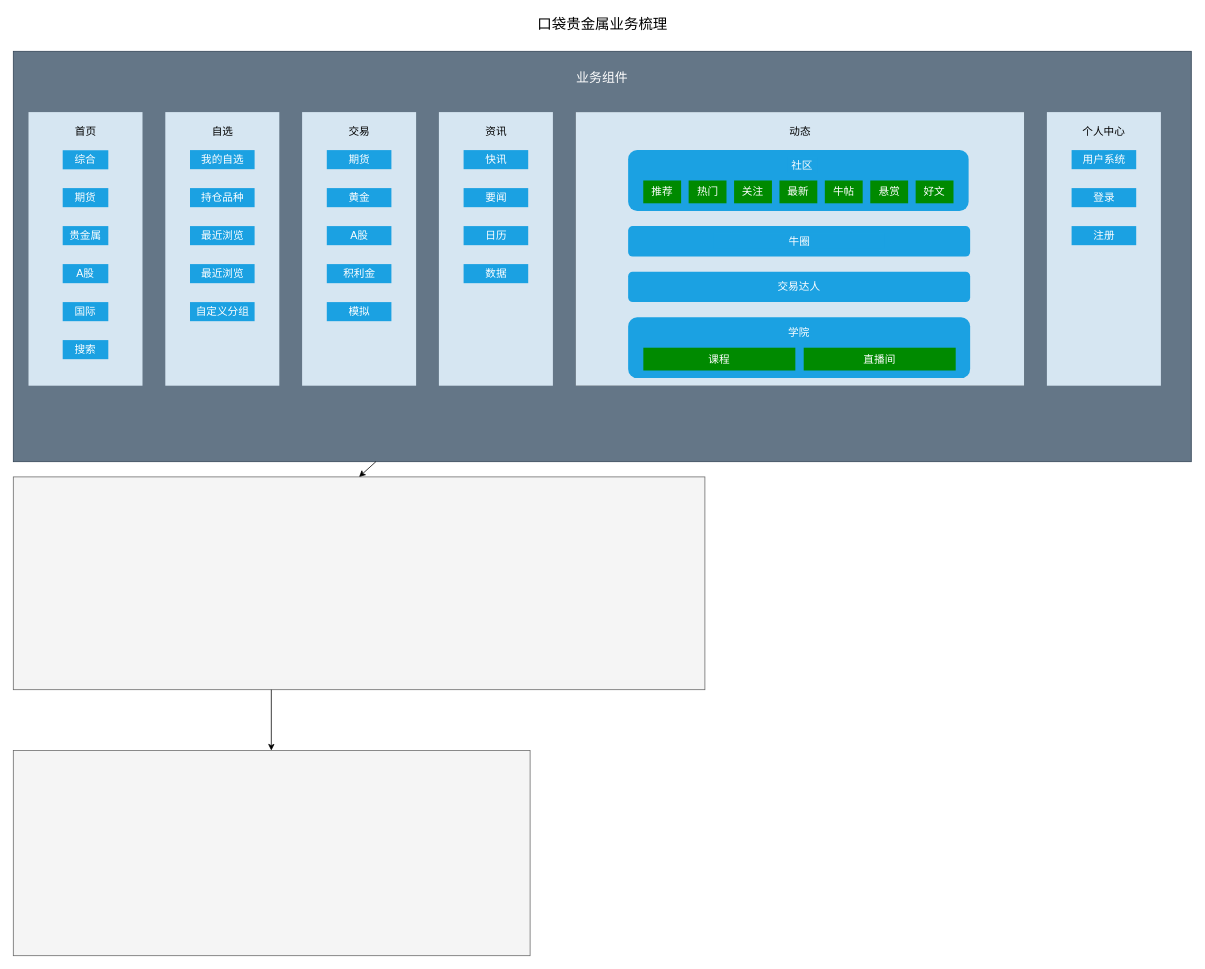
CY-0227/YC_Binary_Config keeps this draw.io diagram as 口袋贵金属业务梳理.drawio. Above is the earlier version. Source tidied: cells renumbered, new cells numbered last; positions are measured from the earlier drawing's top-left corner, leaving out a move shared by most shapes. Both pictures are drawn from the tidied source at 76%, with x=0, y=0 at pixel (13, 13).
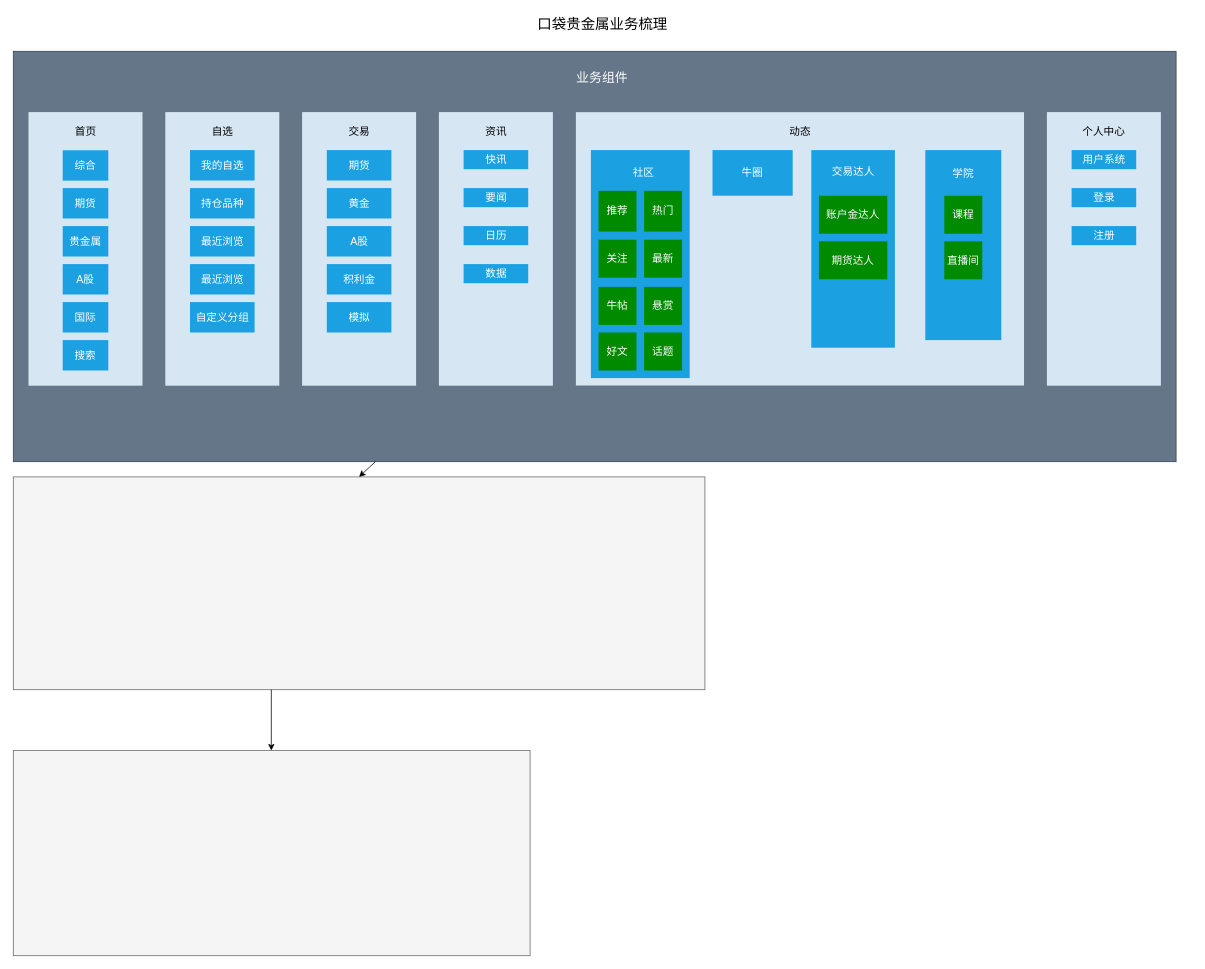
The same diagram, later.

Commit message (it also covers changes not shown here):
更新口袋贵金属业务梳理.drawio

The change refers to these unchanged cells:
```xml
<mxCell id="10" style="group;" parent="1" vertex="1">
  <mxGeometry x="20" y="130" width="150" height="360" as="geometry" />
</mxCell>
<mxCell id="19" style="group;" parent="1" vertex="1">
  <mxGeometry x="200" y="130" width="150" height="360" as="geometry" />
</mxCell>
<mxCell id="27" style="group;fillColor=#1B1D1F;strokeColor=none;" parent="1" vertex="1">
  <mxGeometry x="740" y="130" width="590" height="360" as="geometry" />
</mxCell>
<mxCell id="50" style="group;" parent="1" vertex="1">
  <mxGeometry x="380" y="130" width="150" height="360" as="geometry" />
</mxCell>
```

The edit, as a diff of the source:
```diff
@@
     <mxCell id="2" style="rounded=0;whiteSpace=wrap;html=1;fillColor=#647687;strokeColor=#314354;fontColor=#ffffff;" parent="1" vertex="1">
-      <mxGeometry y="50" width="1550" height="540" as="geometry" />
+      <mxGeometry y="50" width="1530" height="540" as="geometry" />
     </mxCell>
@@
     <mxCell id="13" value="综合" style="text;html=1;strokeColor=none;fillColor=#1ba1e2;align=center;verticalAlign=middle;whiteSpace=wrap;rounded=0;glass=0;fontSize=14;fontColor=#ffffff;" parent="10" vertex="1">
-      <mxGeometry x="45" y="50.2" width="60" height="25.1" as="geometry" />
+      <mxGeometry x="45" y="50.2" width="60" height="40" as="geometry" />
     </mxCell>
     <mxCell id="14" value="期货" style="text;html=1;strokeColor=none;fillColor=#1ba1e2;align=center;verticalAlign=middle;whiteSpace=wrap;rounded=0;glass=0;fontSize=14;fontColor=#ffffff;" parent="10" vertex="1">
-      <mxGeometry x="45" y="100" width="60" height="25.1" as="geometry" />
+      <mxGeometry x="45" y="100" width="60" height="40" as="geometry" />
     </mxCell>
     <mxCell id="15" value="贵金属" style="text;html=1;strokeColor=none;fillColor=#1ba1e2;align=center;verticalAlign=middle;whiteSpace=wrap;rounded=0;glass=0;fontSize=14;fontColor=#ffffff;" parent="10" vertex="1">
-      <mxGeometry x="45" y="150" width="60" height="25.1" as="geometry" />
+      <mxGeometry x="45" y="150" width="60" height="40" as="geometry" />
     </mxCell>
     <mxCell id="16" value="A股" style="text;html=1;strokeColor=none;fillColor=#1ba1e2;align=center;verticalAlign=middle;whiteSpace=wrap;rounded=0;glass=0;fontSize=14;fontColor=#ffffff;" parent="10" vertex="1">
-      <mxGeometry x="45" y="200" width="60" height="25.1" as="geometry" />
+      <mxGeometry x="45" y="200" width="60" height="40" as="geometry" />
     </mxCell>
     <mxCell id="17" value="国际" style="text;html=1;strokeColor=none;fillColor=#1ba1e2;align=center;verticalAlign=middle;whiteSpace=wrap;rounded=0;glass=0;fontSize=14;fontColor=#ffffff;" parent="10" vertex="1">
-      <mxGeometry x="45" y="250" width="60" height="25.1" as="geometry" />
+      <mxGeometry x="45" y="250" width="60" height="40" as="geometry" />
     </mxCell>
     <mxCell id="18" value="搜索" style="text;html=1;strokeColor=none;fillColor=#1ba1e2;align=center;verticalAlign=middle;whiteSpace=wrap;rounded=0;glass=0;fontSize=14;fontColor=#ffffff;" parent="10" vertex="1">
-      <mxGeometry x="45" y="300" width="60" height="25.1" as="geometry" />
+      <mxGeometry x="45" y="300" width="60" height="40" as="geometry" />
     </mxCell>
@@
     <mxCell id="22" value="我的自选" style="text;html=1;strokeColor=none;fillColor=#1ba1e2;align=center;verticalAlign=middle;whiteSpace=wrap;rounded=0;glass=0;fontSize=14;fontColor=#ffffff;" parent="19" vertex="1">
-      <mxGeometry x="32.5" y="50" width="85" height="25.1" as="geometry" />
+      <mxGeometry x="32.5" y="50" width="85" height="40" as="geometry" />
     </mxCell>
     <mxCell id="23" value="持仓品种" style="text;html=1;strokeColor=none;fillColor=#1ba1e2;align=center;verticalAlign=middle;whiteSpace=wrap;rounded=0;glass=0;fontSize=14;fontColor=#ffffff;" parent="19" vertex="1">
-      <mxGeometry x="32.5" y="100" width="85" height="25.1" as="geometry" />
+      <mxGeometry x="32.5" y="100" width="85" height="40" as="geometry" />
     </mxCell>
     <mxCell id="24" value="最近浏览" style="text;html=1;strokeColor=none;fillColor=#1ba1e2;align=center;verticalAlign=middle;whiteSpace=wrap;rounded=0;glass=0;fontSize=14;fontColor=#ffffff;" parent="19" vertex="1">
-      <mxGeometry x="32.5" y="150" width="85" height="25.1" as="geometry" />
+      <mxGeometry x="32.5" y="150" width="85" height="40" as="geometry" />
     </mxCell>
     <mxCell id="25" value="最近浏览" style="text;html=1;strokeColor=none;fillColor=#1ba1e2;align=center;verticalAlign=middle;whiteSpace=wrap;rounded=0;glass=0;fontSize=14;fontColor=#ffffff;" parent="19" vertex="1">
-      <mxGeometry x="32.5" y="200" width="85" height="25.1" as="geometry" />
+      <mxGeometry x="32.5" y="200" width="85" height="40" as="geometry" />
     </mxCell>
     <mxCell id="26" value="自定义分组" style="text;html=1;strokeColor=none;fillColor=#1ba1e2;align=center;verticalAlign=middle;whiteSpace=wrap;rounded=0;glass=0;fontSize=14;fontColor=#ffffff;" parent="19" vertex="1">
-      <mxGeometry x="32.5" y="250" width="85" height="25.1" as="geometry" />
+      <mxGeometry x="32.5" y="250" width="85" height="40" as="geometry" />
     </mxCell>
@@
-    <mxCell id="30" style="group;fillColor=#1ba1e2;strokeColor=none;rounded=1;glass=0;fontColor=#ffffff;" parent="27" vertex="1">
-      <mxGeometry x="69" y="150" width="450" height="40" as="geometry" />
+    <mxCell id="30" style="group;fillColor=#1ba1e2;strokeColor=none;rounded=0;glass=0;fontColor=#ffffff;" parent="27" vertex="1">
+      <mxGeometry x="180" y="50" width="105.5" height="60" as="geometry" />
     </mxCell>
     <mxCell id="31" value="牛圈" style="text;html=1;strokeColor=none;fillColor=#1ba1e2;align=center;verticalAlign=middle;whiteSpace=wrap;rounded=0;fontSize=14;fontColor=#ffffff;" parent="30" vertex="1">
-      <mxGeometry x="112.5" y="10" width="225" height="20" as="geometry" />
+      <mxGeometry x="26.4" y="27.5" width="52.8" height="5" as="geometry" />
     </mxCell>
+    <mxCell id="42" style="group;" parent="27" vertex="1">
+      <mxGeometry x="310" y="50" width="110" height="260" as="geometry" />
+    </mxCell>
+    <mxCell id="43" style="rounded=0;whiteSpace=wrap;html=1;fontSize=14;fillColor=#1ba1e2;strokeColor=none;fontColor=#ffffff;" parent="42" vertex="1">
+      <mxGeometry width="110" height="260" as="geometry" />
+    </mxCell>
+    <mxCell id="44" value="交易达人" style="text;html=1;strokeColor=none;fillColor=none;align=center;verticalAlign=middle;whiteSpace=wrap;rounded=0;fontSize=14;fontColor=#FFFFFF;" parent="42" vertex="1">
+      <mxGeometry x="13.8" y="20" width="82.5" height="15" as="geometry" />
+    </mxCell>
+    <mxCell id="71" value="账户金达人" style="text;html=1;strokeColor=none;fillColor=#008a00;align=center;verticalAlign=middle;whiteSpace=wrap;rounded=0;glass=0;fontSize=14;fontColor=#ffffff;" parent="42" vertex="1">
+      <mxGeometry x="10" y="60" width="90" height="50" as="geometry" />
+    </mxCell>
+    <mxCell id="72" value="期货达人" style="text;html=1;strokeColor=none;fillColor=#008a00;align=center;verticalAlign=middle;whiteSpace=wrap;rounded=0;glass=0;fontSize=14;fontColor=#ffffff;" parent="42" vertex="1">
+      <mxGeometry x="10" y="120" width="90" height="50" as="geometry" />
+    </mxCell>
+    <mxCell id="45" style="group;" parent="27" vertex="1">
+      <mxGeometry x="460" y="50" width="100" height="250" as="geometry" />
+    </mxCell>
+    <mxCell id="46" style="rounded=0;whiteSpace=wrap;html=1;fontSize=14;fillColor=#1ba1e2;strokeColor=none;fontColor=#ffffff;" parent="45" vertex="1">
+      <mxGeometry width="100" height="250" as="geometry" />
+    </mxCell>
+    <mxCell id="47" value="学院" style="text;html=1;strokeColor=none;fillColor=none;align=center;verticalAlign=middle;whiteSpace=wrap;rounded=0;fontSize=14;fontColor=#FFFFFF;" parent="45" vertex="1">
+      <mxGeometry x="20" width="60" height="62.5" as="geometry" />
+    </mxCell>
+    <mxCell id="48" value="课程" style="text;html=1;strokeColor=none;fillColor=#008a00;align=center;verticalAlign=middle;whiteSpace=wrap;rounded=0;glass=0;fontSize=14;fontColor=#ffffff;" parent="45" vertex="1">
+      <mxGeometry x="25" y="60" width="50" height="50" as="geometry" />
+    </mxCell>
+    <mxCell id="49" value="直播间" style="text;html=1;strokeColor=none;fillColor=#008a00;align=center;verticalAlign=middle;whiteSpace=wrap;rounded=0;glass=0;fontSize=14;fontColor=#ffffff;" parent="45" vertex="1">
+      <mxGeometry x="25" y="120" width="50" height="50" as="geometry" />
+    </mxCell>
     <mxCell id="32" style="group;fillColor=none;" parent="27" vertex="1">
-      <mxGeometry x="69" y="50" width="450" height="80" as="geometry" />
+      <mxGeometry x="20" y="50" width="140" height="300" as="geometry" />
     </mxCell>
-    <mxCell id="33" style="rounded=1;whiteSpace=wrap;html=1;fontSize=14;fillColor=#1ba1e2;strokeColor=none;fontColor=#ffffff;" parent="32" vertex="1">
-      <mxGeometry width="448" height="80" as="geometry" />
+    <mxCell id="33" style="rounded=0;whiteSpace=wrap;html=1;fontSize=14;fillColor=#1ba1e2;strokeColor=none;fontColor=#ffffff;" parent="32" vertex="1">
+      <mxGeometry width="130" height="300" as="geometry" />
     </mxCell>
     <mxCell id="34" value="社区" style="text;html=1;strokeColor=none;fillColor=#1ba1e2;align=center;verticalAlign=middle;whiteSpace=wrap;rounded=0;fontSize=14;fontColor=#ffffff;spacing=0;" parent="32" vertex="1">
-      <mxGeometry x="209.1" y="10" width="39.8" height="20" as="geometry" />
+      <mxGeometry x="28.4" y="21.4" width="83.2" height="16.1" as="geometry" />
     </mxCell>
     <mxCell id="35" value="推荐" style="text;html=1;strokeColor=none;fillColor=#008a00;align=center;verticalAlign=middle;whiteSpace=wrap;rounded=0;glass=0;fontSize=14;fontColor=#ffffff;" parent="32" vertex="1">
-      <mxGeometry x="19.9" y="40" width="49.8" height="30" as="geometry" />
+      <mxGeometry x="10" y="53.6" width="50" height="53.6" as="geometry" />
     </mxCell>
     <mxCell id="36" value="热门" style="text;html=1;strokeColor=none;fillColor=#008a00;align=center;verticalAlign=middle;whiteSpace=wrap;rounded=0;glass=0;fontSize=14;fontColor=#ffffff;" parent="32" vertex="1">
-      <mxGeometry x="79.6" y="40" width="49.8" height="30" as="geometry" />
+      <mxGeometry x="70" y="53.6" width="50" height="53.6" as="geometry" />
     </mxCell>
     <mxCell id="37" value="关注" style="text;html=1;strokeColor=none;fillColor=#008a00;align=center;verticalAlign=middle;whiteSpace=wrap;rounded=0;glass=0;fontSize=14;fontColor=#ffffff;" parent="32" vertex="1">
-      <mxGeometry x="139.4" y="40" width="49.8" height="30" as="geometry" />
+      <mxGeometry x="10" y="117.9" width="50" height="50" as="geometry" />
     </mxCell>
     <mxCell id="38" value="最新" style="text;html=1;strokeColor=none;fillColor=#008a00;align=center;verticalAlign=middle;whiteSpace=wrap;rounded=0;glass=0;fontSize=14;fontColor=#ffffff;" parent="32" vertex="1">
-      <mxGeometry x="199.1" y="40" width="49.8" height="30" as="geometry" />
+      <mxGeometry x="70" y="117.9" width="50" height="50" as="geometry" />
     </mxCell>
     <mxCell id="39" value="牛帖" style="text;html=1;strokeColor=none;fillColor=#008a00;align=center;verticalAlign=middle;whiteSpace=wrap;rounded=0;glass=0;fontSize=14;fontColor=#ffffff;" parent="32" vertex="1">
-      <mxGeometry x="258.8" y="40" width="49.8" height="30" as="geometry" />
+      <mxGeometry x="10" y="180" width="50" height="50" as="geometry" />
     </mxCell>
     <mxCell id="40" value="悬赏" style="text;html=1;strokeColor=none;fillColor=#008a00;align=center;verticalAlign=middle;whiteSpace=wrap;rounded=0;glass=0;fontSize=14;fontColor=#ffffff;" parent="32" vertex="1">
-      <mxGeometry x="318.6" y="40" width="49.8" height="30" as="geometry" />
+      <mxGeometry x="70" y="180" width="50" height="50" as="geometry" />
     </mxCell>
     <mxCell id="41" value="好文" style="text;html=1;strokeColor=none;fillColor=#008a00;align=center;verticalAlign=middle;whiteSpace=wrap;rounded=0;glass=0;fontSize=14;fontColor=#ffffff;" parent="32" vertex="1">
-      <mxGeometry x="378.3" y="40" width="49.8" height="30" as="geometry" />
+      <mxGeometry x="10" y="240" width="50" height="50" as="geometry" />
     </mxCell>
-    <mxCell id="42" style="group;" parent="27" vertex="1">
-      <mxGeometry x="69" y="210" width="450" height="40" as="geometry" />
-    </mxCell>
-    <mxCell id="43" style="rounded=1;whiteSpace=wrap;html=1;fontSize=14;fillColor=#1ba1e2;strokeColor=none;fontColor=#ffffff;" parent="42" vertex="1">
-      <mxGeometry width="450" height="40" as="geometry" />
-    </mxCell>
-    <mxCell id="44" value="交易达人" style="text;html=1;strokeColor=none;fillColor=none;align=center;verticalAlign=middle;whiteSpace=wrap;rounded=0;fontSize=14;fontColor=#FFFFFF;" parent="42" vertex="1">
-      <mxGeometry x="56.2" y="10" width="337.5" height="20" as="geometry" />
-    </mxCell>
-    <mxCell id="45" style="group;" parent="27" vertex="1">
-      <mxGeometry x="69" y="270" width="450" height="80" as="geometry" />
-    </mxCell>
-    <mxCell id="46" style="rounded=1;whiteSpace=wrap;html=1;fontSize=14;fillColor=#1ba1e2;strokeColor=none;fontColor=#ffffff;" parent="45" vertex="1">
-      <mxGeometry width="450" height="80" as="geometry" />
-    </mxCell>
-    <mxCell id="47" value="学院" style="text;html=1;strokeColor=none;fillColor=none;align=center;verticalAlign=middle;whiteSpace=wrap;rounded=0;fontSize=14;fontColor=#FFFFFF;" parent="45" vertex="1">
-      <mxGeometry x="205" y="10" width="39.9" height="20" as="geometry" />
-    </mxCell>
-    <mxCell id="48" value="课程" style="text;html=1;strokeColor=none;fillColor=#008a00;align=center;verticalAlign=middle;whiteSpace=wrap;rounded=0;glass=0;fontSize=14;fontColor=#ffffff;" parent="45" vertex="1">
-      <mxGeometry x="20" y="40" width="200" height="30" as="geometry" />
-    </mxCell>
-    <mxCell id="49" value="直播间" style="text;html=1;strokeColor=none;fillColor=#008a00;align=center;verticalAlign=middle;whiteSpace=wrap;rounded=0;glass=0;fontSize=14;fontColor=#ffffff;" parent="45" vertex="1">
-      <mxGeometry x="231" y="40" width="200" height="30" as="geometry" />
-    </mxCell>
+    <mxCell id="73" value="话题" style="text;html=1;strokeColor=none;fillColor=#008a00;align=center;verticalAlign=middle;whiteSpace=wrap;rounded=0;glass=0;fontSize=14;fontColor=#ffffff;" parent="32" vertex="1">
+      <mxGeometry x="70" y="240" width="50" height="50" as="geometry" />
+    </mxCell>
@@
     <mxCell id="53" value="期货" style="text;html=1;strokeColor=none;fillColor=#1ba1e2;align=center;verticalAlign=middle;whiteSpace=wrap;rounded=0;glass=0;fontSize=14;fontColor=#ffffff;" parent="50" vertex="1">
-      <mxGeometry x="32.5" y="50" width="85" height="25.1" as="geometry" />
+      <mxGeometry x="32.5" y="50" width="85" height="40" as="geometry" />
     </mxCell>
     <mxCell id="54" value="黄金" style="text;html=1;strokeColor=none;fillColor=#1ba1e2;align=center;verticalAlign=middle;whiteSpace=wrap;rounded=0;glass=0;fontSize=14;fontColor=#ffffff;" parent="50" vertex="1">
-      <mxGeometry x="32.5" y="100" width="85" height="25.1" as="geometry" />
+      <mxGeometry x="32.5" y="100" width="85" height="40" as="geometry" />
     </mxCell>
     <mxCell id="55" value="A股" style="text;html=1;strokeColor=none;fillColor=#1ba1e2;align=center;verticalAlign=middle;whiteSpace=wrap;rounded=0;glass=0;fontSize=14;fontColor=#ffffff;" parent="50" vertex="1">
-      <mxGeometry x="32.5" y="150" width="85" height="25.1" as="geometry" />
+      <mxGeometry x="32.5" y="150" width="85" height="40" as="geometry" />
     </mxCell>
     <mxCell id="56" value="积利金" style="text;html=1;strokeColor=none;fillColor=#1ba1e2;align=center;verticalAlign=middle;whiteSpace=wrap;rounded=0;glass=0;fontSize=14;fontColor=#ffffff;" parent="50" vertex="1">
-      <mxGeometry x="32.5" y="200" width="85" height="25.1" as="geometry" />
+      <mxGeometry x="32.5" y="200" width="85" height="40" as="geometry" />
     </mxCell>
     <mxCell id="57" value="模拟" style="text;html=1;strokeColor=none;fillColor=#1ba1e2;align=center;verticalAlign=middle;whiteSpace=wrap;rounded=0;glass=0;fontSize=14;fontColor=#ffffff;" parent="50" vertex="1">
-      <mxGeometry x="32.5" y="250" width="85" height="25.1" as="geometry" />
+      <mxGeometry x="32.5" y="250" width="85" height="40" as="geometry" />
     </mxCell>
```
